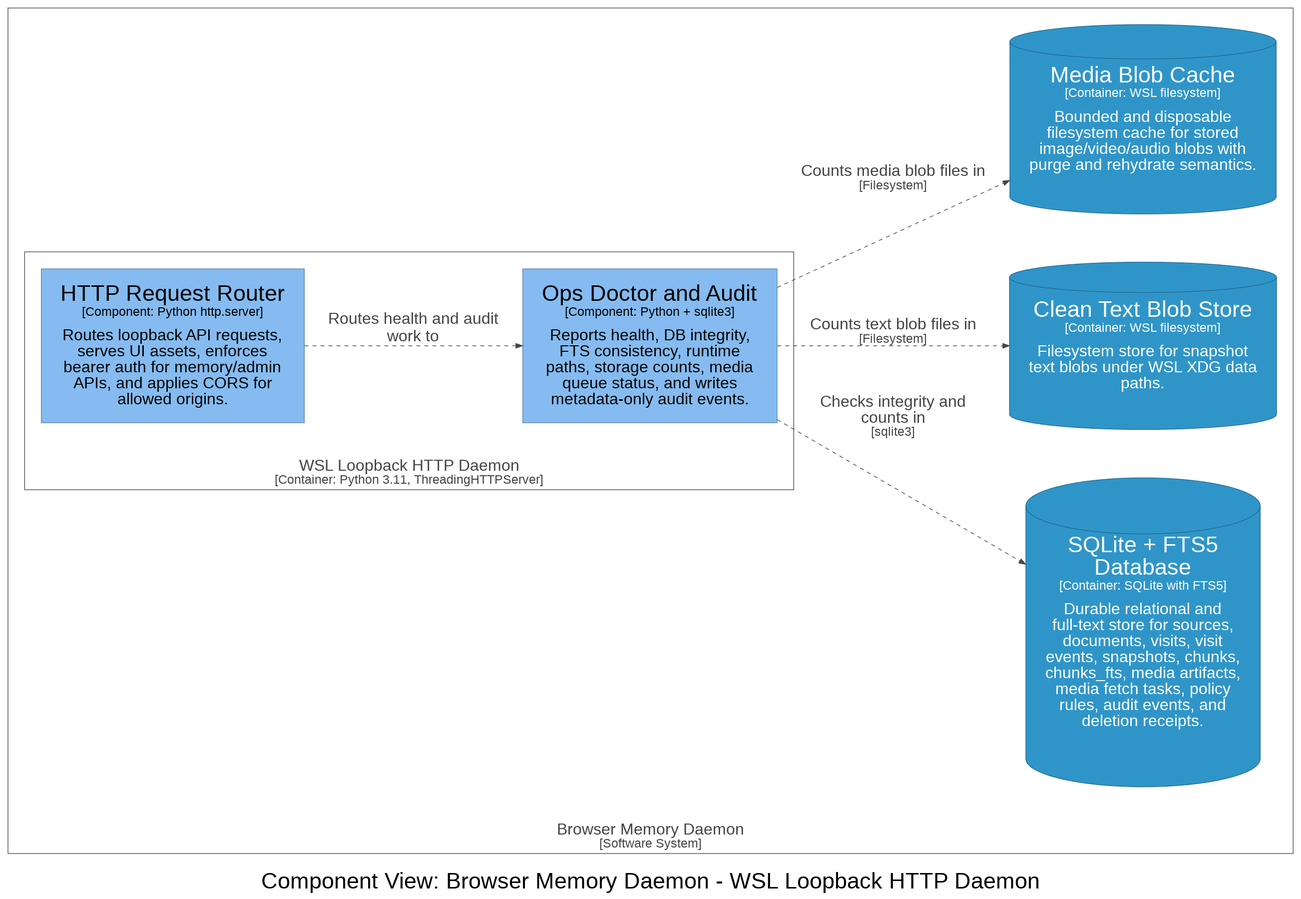
michaelnicks0/browser-memory-daemon keeps this Graphviz diagram as architecture/diagrams/dot-rendered/structurizr-DaemonDoctorComponents.png. Above is the earlier version. Its source is kept beside it as architecture/diagrams/dot/structurizr-DaemonDoctorComponents.dot. Its diagram source:
```dot
digraph {
  compound=true
  graph [fontname="Arial", rankdir=LR, ranksep=1.0, nodesep=1.0]
  node [fontname="Arial", shape=box, margin="0.4,0.3"]
  edge [fontname="Arial"]
  label=<<br /><font point-size="34">Component View: Browser Memory Daemon - WSL Loopback HTTP Daemon</font>>

  subgraph cluster_4 {
    margin=25
    label=<<font point-size="24"><br />Browser Memory Daemon</font><br /><font point-size="19">[Software System]</font>>
    labelloc=b
    color="#444444"
    fontcolor="#444444"
    fillcolor="#444444"

    subgraph cluster_14 {
      margin=25
      label=<<font point-size="24"><br />WSL Loopback HTTP Daemon</font><br /><font point-size="19">[Container: Python 3.11, ThreadingHTTPServer]</font>>
      labelloc=b
      color="#444444"
      fontcolor="#444444"
      fillcolor="#444444"

      15 [id=15,shape=rect, label=<<font point-size="34">HTTP Request Router</font><br /><font point-size="19">[Component: Python http.server]</font><br /><br /><font point-size="24">Routes loopback API requests,<br />serves UI assets, enforces<br />bearer auth for memory/admin<br />APIs, and applies CORS for<br />allowed origins.</font>>, style=filled, color="#5d82a8", fillcolor="#85bbf0", fontcolor="#000000"]
      23 [id=23,shape=rect, label=<<font point-size="34">Ops Doctor and Audit</font><br /><font point-size="19">[Component: Python + sqlite3]</font><br /><br /><font point-size="24">Reports health, DB integrity,<br />FTS consistency, runtime<br />paths, storage counts, media<br />queue status, and writes<br />metadata-only audit events.</font>>, style=filled, color="#5d82a8", fillcolor="#85bbf0", fontcolor="#000000"]
    }

    27 [id=27,shape=cylinder, label=<<font point-size="34">SQLite + FTS5<br />Database</font><br /><font point-size="19">[Container: SQLite with FTS5]</font><br /><br /><font point-size="24">Durable relational and<br />full-text store for sources,<br />documents, visits, visit<br />events, snapshots, chunks,<br />chunks_fts, media artifacts,<br />media fetch tasks, policy<br />rules, audit events, and<br />deletion receipts.</font>>, style=filled, color="#20688c", fillcolor="#2f95c8", fontcolor="#ffffff"]
    28 [id=28,shape=cylinder, label=<<font point-size="34">Clean Text Blob Store</font><br /><font point-size="19">[Container: WSL filesystem]</font><br /><br /><font point-size="24">Filesystem store for snapshot<br />text blobs under WSL XDG data<br />paths.</font>>, style=filled, color="#20688c", fillcolor="#2f95c8", fontcolor="#ffffff"]
    29 [id=29,shape=cylinder, label=<<font point-size="34">Media Blob Cache</font><br /><font point-size="19">[Container: WSL filesystem]</font><br /><br /><font point-size="24">Bounded and disposable<br />filesystem cache for stored<br />image/video/audio blobs with<br />purge and rehydrate semantics.</font>>, style=filled, color="#20688c", fillcolor="#2f95c8", fontcolor="#ffffff"]
  }

  15 -> 23 [id=68, label=<<font point-size="24">Routes health and audit<br />work to</font>>, style="dashed", color="#444444", fontcolor="#444444"]
  23 -> 27 [id=82, label=<<font point-size="24">Checks integrity and<br />counts in</font><br /><font point-size="19">[sqlite3]</font>>, style="dashed", color="#444444", fontcolor="#444444"]
  23 -> 28 [id=83, label=<<font point-size="24">Counts text blob files in</font><br /><font point-size="19">[Filesystem]</font>>, style="dashed", color="#444444", fontcolor="#444444"]
  23 -> 29 [id=84, label=<<font point-size="24">Counts media blob files in</font><br /><font point-size="19">[Filesystem]</font>>, style="dashed", color="#444444", fontcolor="#444444"]

}
```
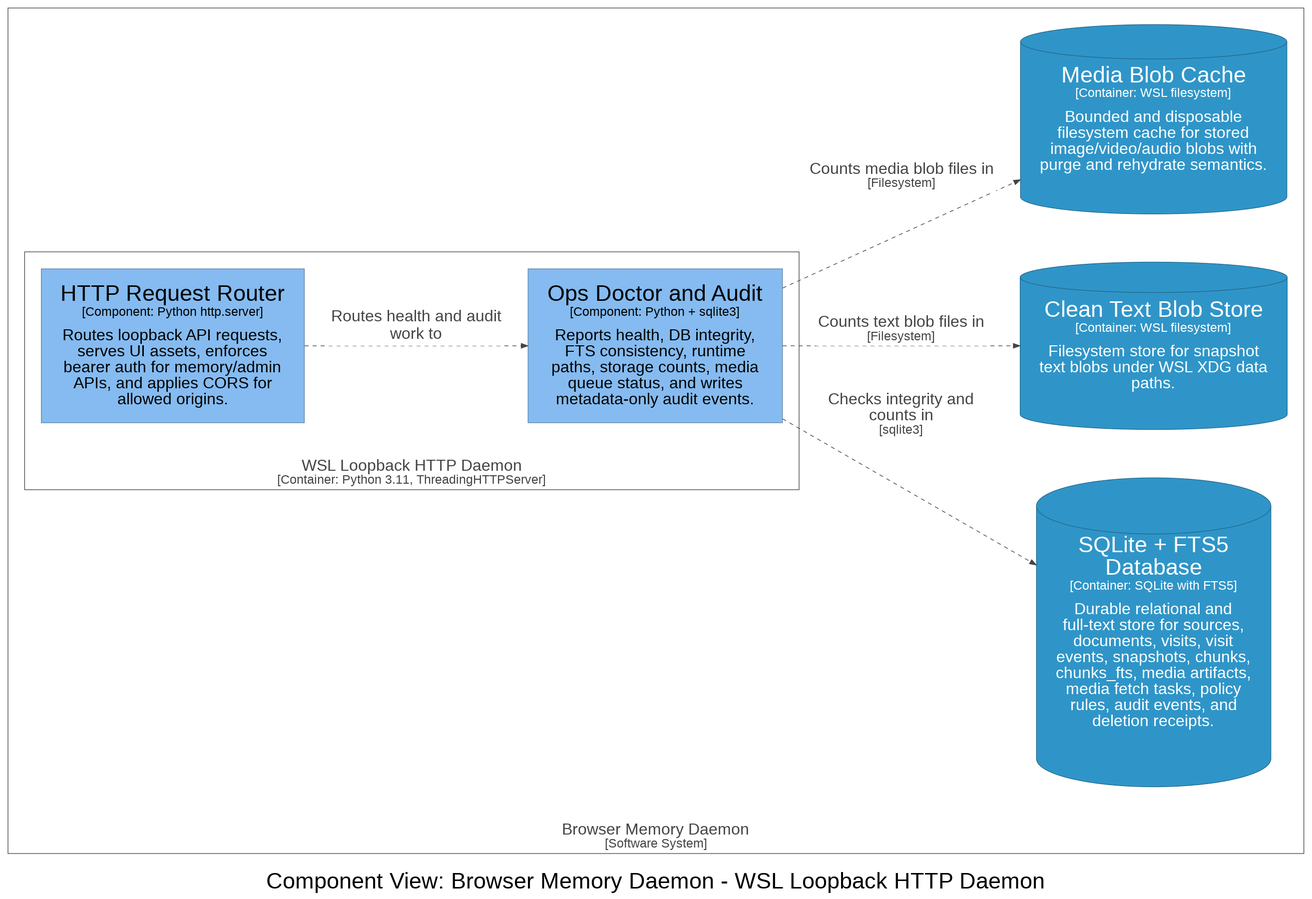
The same diagram one commit later.

Diff of the diagram source:
```diff
@@ -30,9 +30,9 @@
     29 [id=29,shape=cylinder, label=<<font point-size="34">Media Blob Cache</font><br /><font point-size="19">[Container: WSL filesystem]</font><br /><br /><font point-size="24">Bounded and disposable<br />filesystem cache for stored<br />image/video/audio blobs with<br />purge and rehydrate semantics.</font>>, style=filled, color="#20688c", fillcolor="#2f95c8", fontcolor="#ffffff"]
   }
 
-  15 -> 23 [id=68, label=<<font point-size="24">Routes health and audit<br />work to</font>>, style="dashed", color="#444444", fontcolor="#444444"]
-  23 -> 27 [id=82, label=<<font point-size="24">Checks integrity and<br />counts in</font><br /><font point-size="19">[sqlite3]</font>>, style="dashed", color="#444444", fontcolor="#444444"]
-  23 -> 28 [id=83, label=<<font point-size="24">Counts text blob files in</font><br /><font point-size="19">[Filesystem]</font>>, style="dashed", color="#444444", fontcolor="#444444"]
-  23 -> 29 [id=84, label=<<font point-size="24">Counts media blob files in</font><br /><font point-size="19">[Filesystem]</font>>, style="dashed", color="#444444", fontcolor="#444444"]
+  15 -> 23 [id=68, label=<<TABLE BORDER="0" CELLBORDER="0" CELLSPACING="0" CELLPADDING="4" BGCOLOR="white"><TR><TD><font point-size="24">Routes health and audit<br />work to</font></TD></TR></TABLE>>, style="dashed", color="#444444", fontcolor="#444444"]
+  23 -> 27 [id=82, label=<<TABLE BORDER="0" CELLBORDER="0" CELLSPACING="0" CELLPADDING="4" BGCOLOR="white"><TR><TD><font point-size="24">Checks integrity and<br />counts in</font><br /><font point-size="19">[sqlite3]</font></TD></TR></TABLE>>, style="dashed", color="#444444", fontcolor="#444444"]
+  23 -> 28 [id=83, label=<<TABLE BORDER="0" CELLBORDER="0" CELLSPACING="0" CELLPADDING="4" BGCOLOR="white"><TR><TD><font point-size="24">Counts text blob files in</font><br /><font point-size="19">[Filesystem]</font></TD></TR></TABLE>>, style="dashed", color="#444444", fontcolor="#444444"]
+  23 -> 29 [id=84, label=<<TABLE BORDER="0" CELLBORDER="0" CELLSPACING="0" CELLPADDING="4" BGCOLOR="white"><TR><TD><font point-size="24">Counts media blob files in</font><br /><font point-size="19">[Filesystem]</font></TD></TR></TABLE>>, style="dashed", color="#444444", fontcolor="#444444"]
 
 }
```
